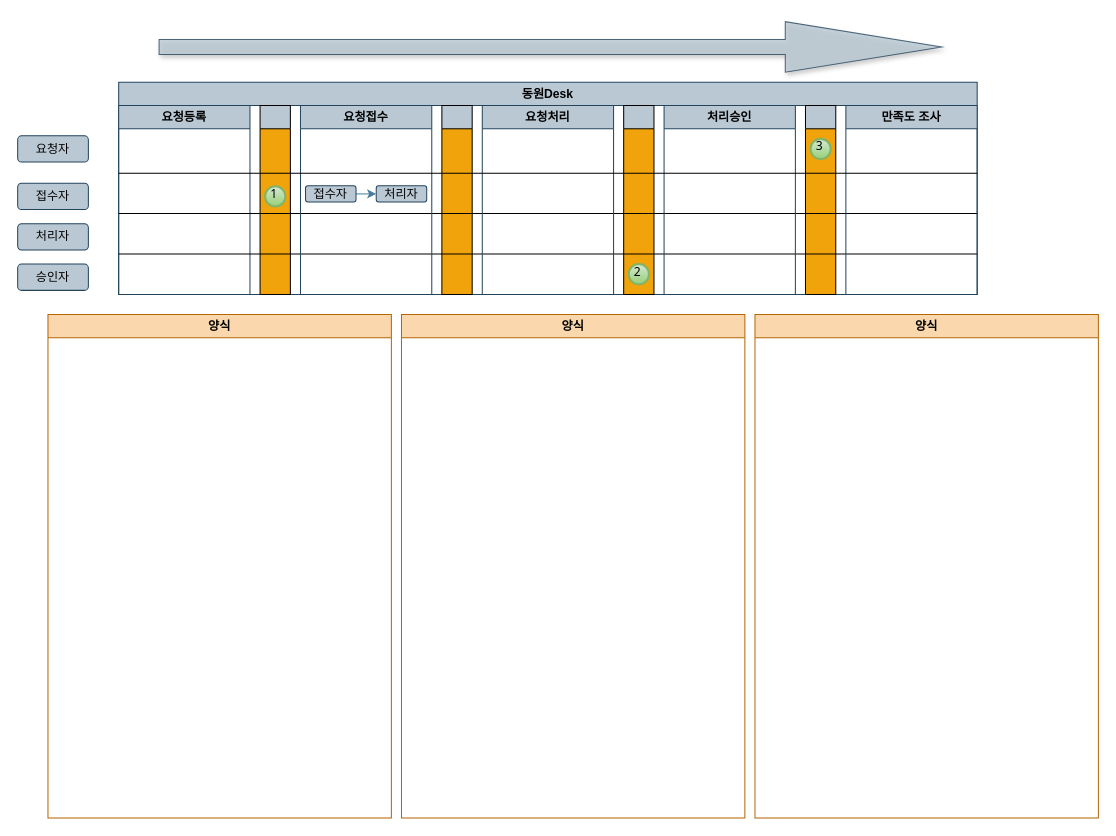
Before: page "SR데이터수정2" (2 of 3) of 동원Desk알림프로세스.drawio in eoaud0012/Diagram, a draw.io diagram. Source tidied: cells renumbered, new cells numbered last; positions are measured from the earlier drawing's top-left corner, leaving out a move shared by most shapes. Both pictures are drawn from the tidied source at 101%, with x=0, y=0 at pixel (17, 21).
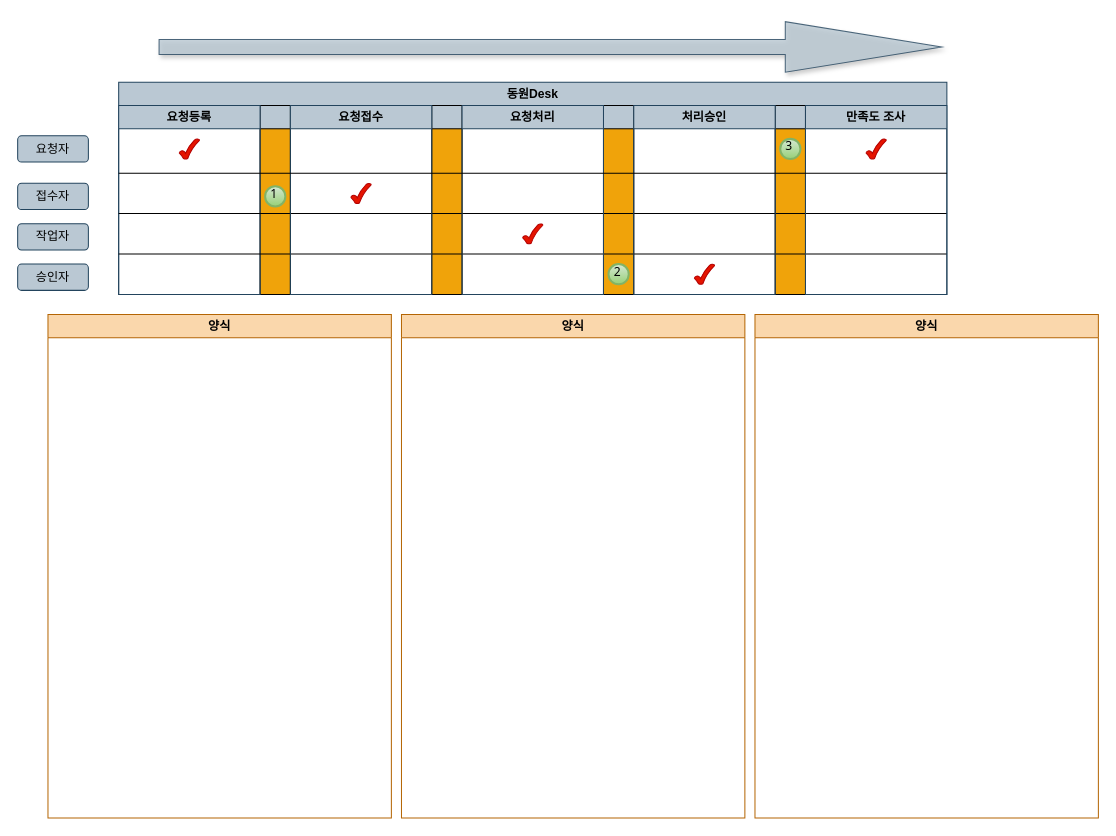
The same page after the edit.

The edit, as a diff of the source:
```diff
@@
     <mxCell id="6" value="동원Desk" style="swimlane;whiteSpace=wrap;html=1;strokeColor=#23445d;fillColor=#bac8d3;" parent="1" vertex="1">
-      <mxGeometry x="100" y="60" width="850" height="210" as="geometry" />
+      <mxGeometry x="100" y="60" width="820" height="210" as="geometry" />
     </mxCell>
     <mxCell id="7" style="swimlane;whiteSpace=wrap;html=1;strokeColor=#000000;fontColor=#1D3557;fillColor=#bac8d3;swimlaneFillColor=#f0a30a;" parent="6" vertex="1">
-      <mxGeometry x="500" y="23" width="30" height="187" as="geometry" />
+      <mxGeometry x="480" y="23" width="30" height="187" as="geometry" />
     </mxCell>
@@
     <mxCell id="9" style="swimlane;whiteSpace=wrap;html=1;strokeColor=#000000;fontColor=#1D3557;fillColor=#bac8d3;swimlaneFillColor=#f0a30a;" parent="6" vertex="1">
-      <mxGeometry x="680" y="23" width="30" height="187" as="geometry" />
+      <mxGeometry x="650" y="23" width="30" height="187" as="geometry" />
     </mxCell>
@@
     <mxCell id="11" style="swimlane;whiteSpace=wrap;html=1;strokeColor=#000000;fontColor=#1D3557;fillColor=#bac8d3;swimlaneFillColor=#f0a30a;" parent="6" vertex="1">
-      <mxGeometry x="320" y="23" width="30" height="187" as="geometry" />
+      <mxGeometry x="310" y="23" width="30" height="187" as="geometry" />
     </mxCell>
@@
     <mxCell id="14" value="요청등록" style="swimlane;whiteSpace=wrap;html=1;strokeColor=#23445d;fillColor=#bac8d3;" parent="6" vertex="1">
-      <mxGeometry y="23" width="130" height="187" as="geometry" />
+      <mxGeometry y="23" width="140" height="187" as="geometry" />
     </mxCell>
     <mxCell id="15" style="endArrow=none;html=1;rounded=0;strokeColor=#000000;fontColor=#1D3557;fillColor=#A8DADC;" parent="14" edge="1">
       <mxGeometry relative="1" as="geometry">
         <mxPoint y="107" as="sourcePoint" />
-        <mxPoint x="850" y="107" as="targetPoint" />
+        <mxPoint x="820" y="107" as="targetPoint" />
       </mxGeometry>
     </mxCell>
     <mxCell id="16" style="endArrow=none;html=1;rounded=0;strokeColor=#000000;fontColor=#1D3557;fillColor=#A8DADC;" parent="14" edge="1">
       <mxGeometry relative="1" as="geometry">
         <mxPoint y="147" as="sourcePoint" />
-        <mxPoint x="850" y="147" as="targetPoint" />
+        <mxPoint x="820" y="147" as="targetPoint" />
       </mxGeometry>
     </mxCell>
+    <mxCell id="29" style="verticalLabelPosition=bottom;verticalAlign=top;html=1;shape=mxgraph.basic.tick;strokeColor=#B20000;fontColor=#ffffff;fillColor=#e51400;" parent="14" vertex="1">
+      <mxGeometry x="60" y="33" width="20" height="20" as="geometry" />
+    </mxCell>
     <mxCell id="17" value="요청접수" style="swimlane;whiteSpace=wrap;html=1;strokeColor=#23445d;fillColor=#bac8d3;" parent="6" vertex="1">
-      <mxGeometry x="180" y="23" width="130" height="187" as="geometry" />
+      <mxGeometry x="170" y="23" width="140" height="187" as="geometry" />
     </mxCell>
-    <mxCell id="18" value="처리자" style="rounded=1;whiteSpace=wrap;html=1;strokeColor=#23445d;fillColor=#bac8d3;" parent="17" vertex="1">
-      <mxGeometry x="75" y="79.5" width="50" height="16" as="geometry" />
-    </mxCell>
-    <mxCell id="19" style="edgeStyle=orthogonalEdgeStyle;rounded=0;jettySize=auto;html=1;entryX=0;entryY=0.5;entryDx=0;entryDy=0;strokeColor=#457B9D;fontColor=#1D3557;fillColor=#A8DADC;" parent="17" edge="1" target="18">
-      <mxGeometry relative="1" as="geometry">
-        <mxPoint x="55" y="87.5" as="sourcePoint" />
-      </mxGeometry>
-    </mxCell>
-    <mxCell id="20" value="접수자" style="rounded=1;whiteSpace=wrap;html=1;strokeColor=#23445d;fillColor=#bac8d3;" parent="17" vertex="1">
-      <mxGeometry x="5" y="79.5" width="50" height="16" as="geometry" />
-    </mxCell>
+    <mxCell id="30" style="verticalLabelPosition=bottom;verticalAlign=top;html=1;shape=mxgraph.basic.tick;strokeColor=#B20000;fontColor=#ffffff;fillColor=#e51400;" parent="17" vertex="1">
+      <mxGeometry x="60" y="77" width="20" height="20" as="geometry" />
+    </mxCell>
     <mxCell id="21" value="요청처리" style="swimlane;whiteSpace=wrap;html=1;strokeColor=#23445d;fillColor=#bac8d3;" parent="6" vertex="1">
-      <mxGeometry x="360" y="23" width="130" height="187" as="geometry" />
+      <mxGeometry x="340" y="23" width="140" height="187" as="geometry" />
     </mxCell>
+    <mxCell id="31" style="verticalLabelPosition=bottom;verticalAlign=top;html=1;shape=mxgraph.basic.tick;strokeColor=#B20000;fontColor=#ffffff;fillColor=#e51400;" parent="21" vertex="1">
+      <mxGeometry x="60" y="117" width="20" height="20" as="geometry" />
+    </mxCell>
     <mxCell id="22" value="처리승인" style="swimlane;whiteSpace=wrap;html=1;strokeColor=#23445d;fillColor=#bac8d3;" parent="6" vertex="1">
-      <mxGeometry x="540" y="23" width="130" height="187" as="geometry" />
+      <mxGeometry x="510" y="23" width="140" height="187" as="geometry" />
     </mxCell>
+    <mxCell id="32" style="verticalLabelPosition=bottom;verticalAlign=top;html=1;shape=mxgraph.basic.tick;strokeColor=#B20000;fontColor=#ffffff;fillColor=#e51400;" parent="22" vertex="1">
+      <mxGeometry x="60" y="157" width="20" height="20" as="geometry" />
+    </mxCell>
     <mxCell id="23" value="만족도 조사" style="swimlane;whiteSpace=wrap;html=1;strokeColor=#23445d;fillColor=#bac8d3;" parent="6" vertex="1">
-      <mxGeometry x="720" y="23" width="130" height="187" as="geometry" />
+      <mxGeometry x="680" y="23" width="140" height="187" as="geometry" />
     </mxCell>
+    <mxCell id="33" style="verticalLabelPosition=bottom;verticalAlign=top;html=1;shape=mxgraph.basic.tick;strokeColor=#B20000;fontColor=#ffffff;fillColor=#e51400;" parent="23" vertex="1">
+      <mxGeometry x="60" y="33" width="20" height="20" as="geometry" />
+    </mxCell>
@@
-    <mxCell id="26" value="처리자" style="rounded=1;whiteSpace=wrap;html=1;strokeColor=#23445d;fillColor=#bac8d3;" parent="1" vertex="1">
+    <mxCell id="26" value="작업자" style="rounded=1;whiteSpace=wrap;html=1;strokeColor=#23445d;fillColor=#bac8d3;" parent="1" vertex="1">
       <mxGeometry y="200" width="70" height="26" as="geometry" />
     </mxCell>
     <mxCell id="27" style="endArrow=none;html=1;rounded=0;strokeColor=#000000;fontColor=#1D3557;fillColor=#A8DADC;" parent="1" edge="1">
       <mxGeometry relative="1" as="geometry">
         <mxPoint x="100" y="150" as="sourcePoint" />
-        <mxPoint x="950" y="150" as="targetPoint" />
+        <mxPoint x="920" y="150" as="targetPoint" />
       </mxGeometry>
     </mxCell>
```
